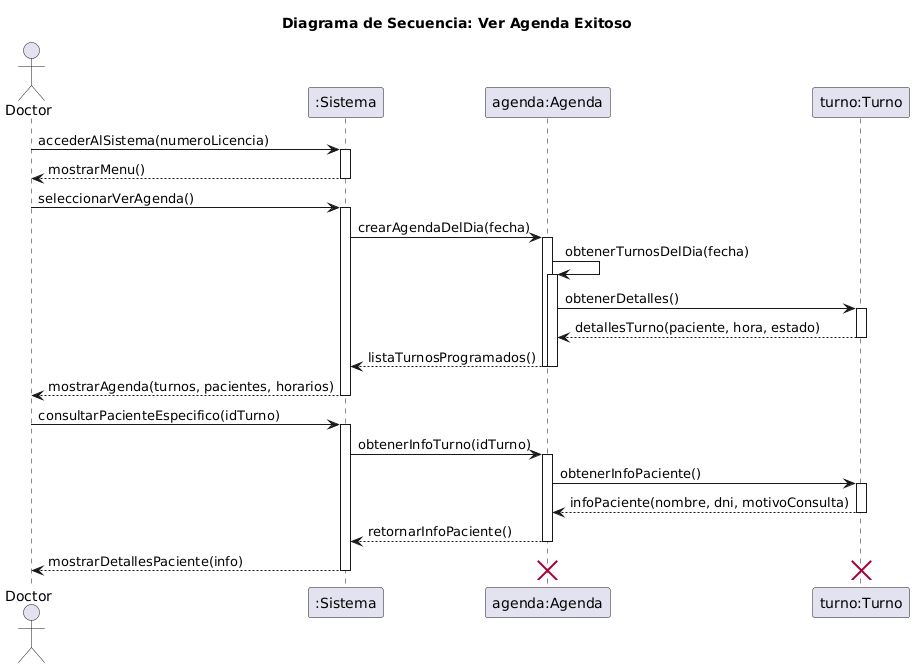
The PlantUML diagram diagramas/05-diagramas-secuencia/05-secuencia-ver-agenda-ver-agenda-exitoso-05.png in FacundoGuiraldes/SistemaTurnosMedicos, before a commit. Its diagram source:
```plantuml
@startuml
title Diagrama de Secuencia: Ver Agenda Exitoso

actor Doctor
participant ":Sistema" as sistema
participant "agenda:Agenda" as agenda
participant "turno:Turno" as turno

Doctor -> sistema: accederAlSistema(numeroLicencia)
activate sistema
sistema --> Doctor: mostrarMenu()
deactivate sistema

Doctor -> sistema: seleccionarVerAgenda()
activate sistema
sistema -> agenda: crearAgendaDelDia(fecha)
activate agenda
agenda -> agenda: obtenerTurnosDelDia(fecha)
activate agenda
agenda -> turno: obtenerDetalles()
activate turno
turno --> agenda: detallesTurno(paciente, hora, estado)
deactivate turno
agenda --> sistema: listaTurnosProgramados()
deactivate agenda
deactivate agenda
sistema --> Doctor: mostrarAgenda(turnos, pacientes, horarios)
deactivate sistema

Doctor -> sistema: consultarPacienteEspecifico(idTurno)
activate sistema
sistema -> agenda: obtenerInfoTurno(idTurno)
activate agenda
agenda -> turno: obtenerInfoPaciente()
activate turno
turno --> agenda: infoPaciente(nombre, dni, motivoConsulta)
deactivate turno
agenda --> sistema: retornarInfoPaciente()
deactivate agenda
sistema --> Doctor: mostrarDetallesPaciente(info)
deactivate sistema

destroy turno
destroy agenda
@enduml
```
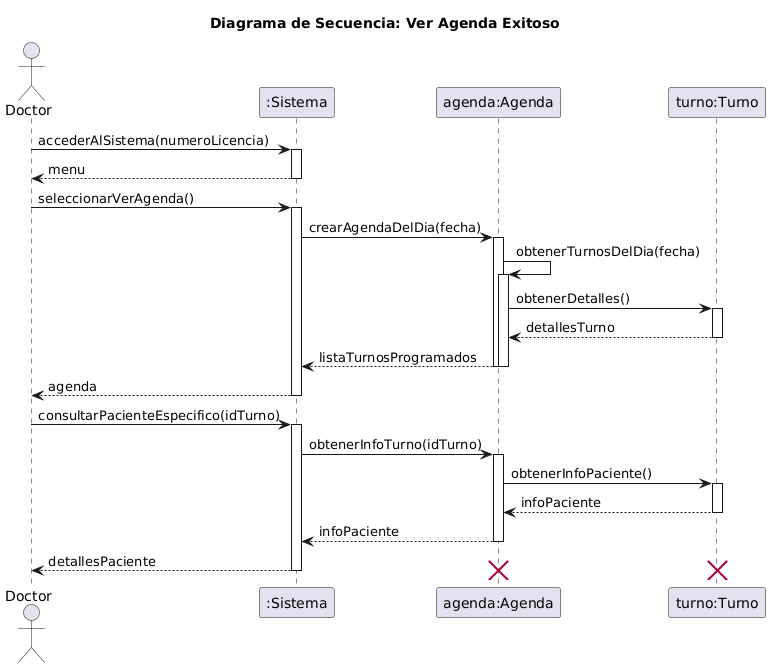
Above is the later version.

Commit message:
Fix RCs: Corrige formato de los mensajes de retorno en los diagramas de secuencia restantes

Change to the diagram source:
```diff
@@ -8,7 +8,7 @@
 
 Doctor -> sistema: accederAlSistema(numeroLicencia)
 activate sistema
-sistema --> Doctor: mostrarMenu()
+sistema --> Doctor: menu
 deactivate sistema
 
 Doctor -> sistema: seleccionarVerAgenda()
@@ -19,12 +19,12 @@
 activate agenda
 agenda -> turno: obtenerDetalles()
 activate turno
-turno --> agenda: detallesTurno(paciente, hora, estado)
+turno --> agenda: detallesTurno
 deactivate turno
-agenda --> sistema: listaTurnosProgramados()
+agenda --> sistema: listaTurnosProgramados
 deactivate agenda
 deactivate agenda
-sistema --> Doctor: mostrarAgenda(turnos, pacientes, horarios)
+sistema --> Doctor: agenda
 deactivate sistema
 
 Doctor -> sistema: consultarPacienteEspecifico(idTurno)
@@ -33,11 +33,11 @@
 activate agenda
 agenda -> turno: obtenerInfoPaciente()
 activate turno
-turno --> agenda: infoPaciente(nombre, dni, motivoConsulta)
+turno --> agenda: infoPaciente
 deactivate turno
-agenda --> sistema: retornarInfoPaciente()
+agenda --> sistema: infoPaciente
 deactivate agenda
-sistema --> Doctor: mostrarDetallesPaciente(info)
+sistema --> Doctor: detallesPaciente
 deactivate sistema
 
 destroy turno
```
